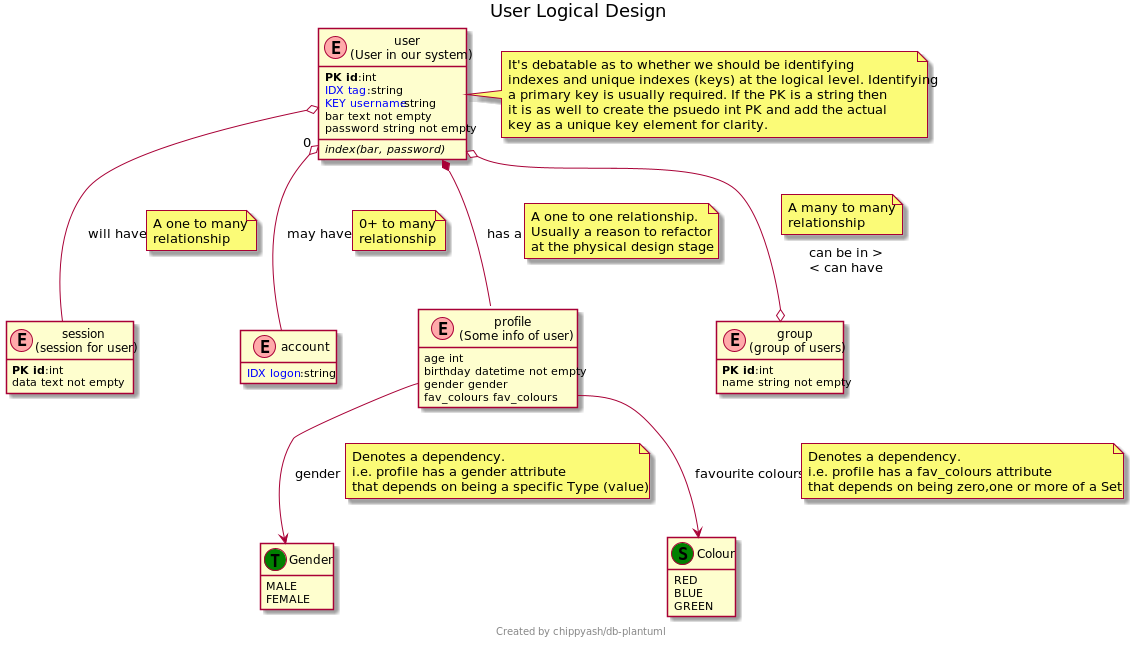
The PlantUML diagram examples/User_Logical.png in chippyash/db-plantuml, before a commit.
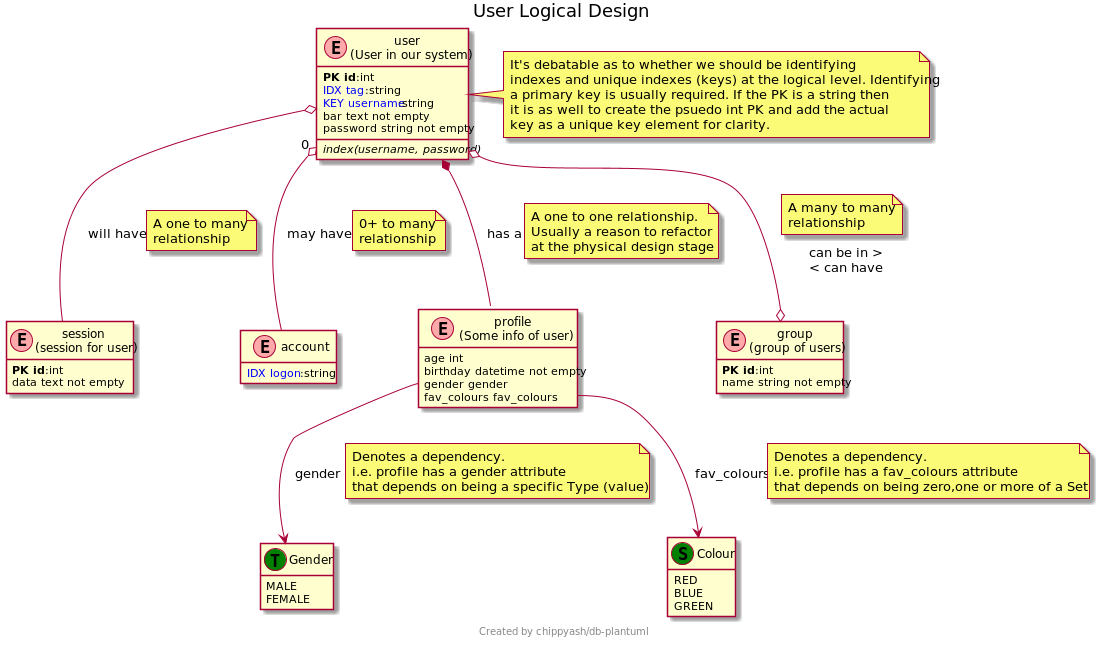
After the change.

What changed in the source:
```diff
@@ -25,7 +25,7 @@
 		<color:blue>KEY username</color> :string
 	bar text not empty
 	password string not empty
-	<i>index(bar, password)</i>
+	<i>index(username, password)</i>
 }
 note right of user
 It's debatable as to whether we should be identifying
@@ -94,7 +94,7 @@
 	GREEN
 }
     profile : fav_colours fav_colours
-	profile::fav_colours --> fav_colours : favourite colours
+	profile::fav_colours --> fav_colours : fav_colours
 note right on link
 Denotes a dependency.
 i.e. profile has a fav_colours attribute
```
